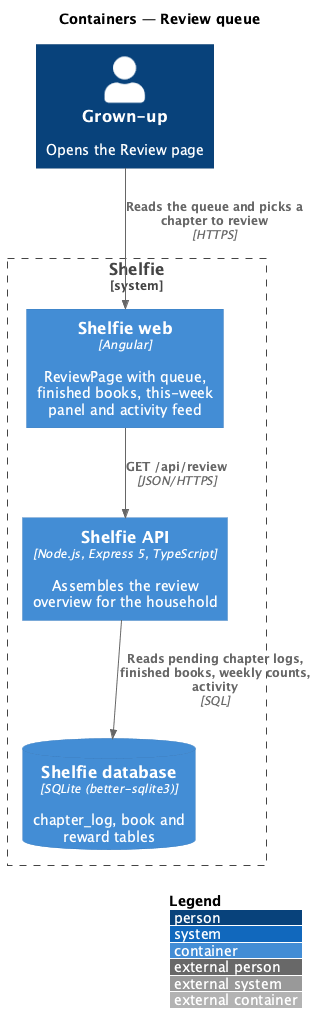
Before: docs/detailed-designs/review/review-queue/diagrams/c4-container.png, a diagram exported from PlantUML (QuinntyneBrown/shelfie). Its diagram source:
```plantuml
@startuml
!include <C4/C4_Container>
LAYOUT_WITH_LEGEND()
title Containers — Review queue

Person(grownUp, "Grown-up", "Opens the Review page")
System_Boundary(shelfie, "Shelfie") {
  Container(web, "Shelfie web", "Angular", "ReviewPage with queue, finished books, this-week panel and activity feed")
  Container(api, "Shelfie API", "Node.js, Express 5, TypeScript", "Assembles the review overview for the household")
  ContainerDb(db, "Shelfie database", "SQLite (better-sqlite3)", "chapter_log, book and reward tables")
}
Rel(grownUp, web, "Reads the queue and picks a chapter to review", "HTTPS")
Rel(web, api, "GET /api/review", "JSON/HTTPS")
Rel(api, db, "Reads pending chapter logs, finished books, weekly counts, activity", "SQL")
@enduml
```
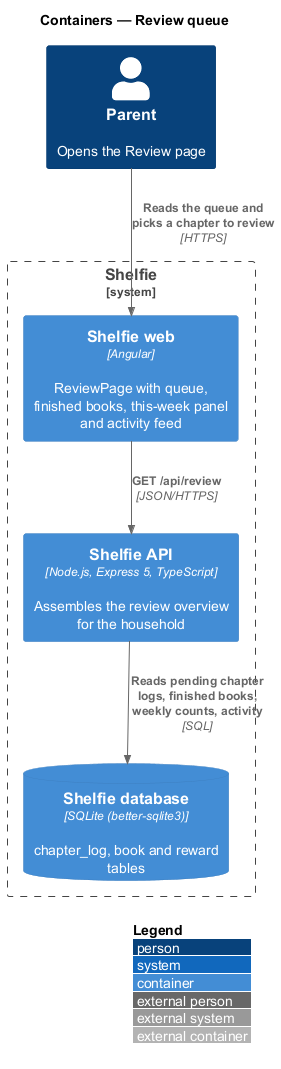
Above is the later version.

What changed in the source:
```diff
@@ -3,7 +3,7 @@
 LAYOUT_WITH_LEGEND()
 title Containers — Review queue
 
-Person(grownUp, "Grown-up", "Opens the Review page")
+Person(grownUp, "Parent", "Opens the Review page")
 System_Boundary(shelfie, "Shelfie") {
   Container(web, "Shelfie web", "Angular", "ReviewPage with queue, finished books, this-week panel and activity feed")
   Container(api, "Shelfie API", "Node.js, Express 5, TypeScript", "Assembles the review overview for the household")
```
